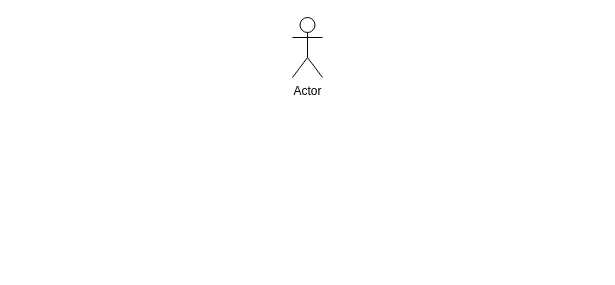
This is project/drawio/xmqrz/exer1.drawio from drshahizan/software-engineering, a draw.io file, before an edit. Source tidied: cells renumbered, new cells numbered last; positions are measured from the earlier drawing's top-left corner, leaving out a move shared by most shapes. Both pictures are drawn from the tidied source at 100%, with x=0, y=0 at pixel (292, 17).
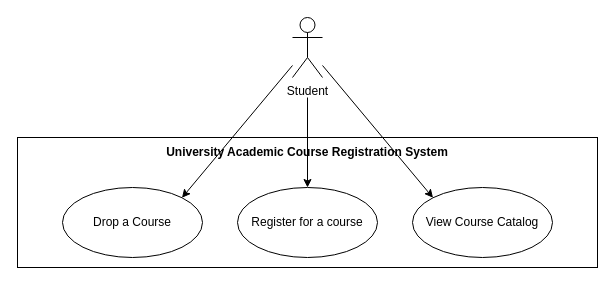
Above is the later version.

Change to the diagram source:
```diff
@@
 <mxGraphModel>
   <root>
     <mxCell id="0" />
     <mxCell id="1" parent="0" />
+    <mxCell id="3" value="&lt;p style=&quot;line-height: 170%;&quot;&gt;&lt;br&gt;&lt;/p&gt;" style="rounded=0;whiteSpace=wrap;html=1;" parent="1" vertex="1">
+      <mxGeometry x="-275" y="120" width="580" height="130" as="geometry" />
+    </mxCell>
-    <mxCell id="2" value="Actor" style="shape=umlActor;verticalLabelPosition=bottom;verticalAlign=top;html=1;outlineConnect=0;" parent="1" vertex="1">
+    <mxCell id="2" value="Student" style="shape=umlActor;verticalLabelPosition=bottom;verticalAlign=top;html=1;outlineConnect=0;" parent="1" vertex="1">
       <mxGeometry width="30" height="60" as="geometry" />
     </mxCell>
+    <mxCell id="4" value="Drop a Course" style="ellipse;whiteSpace=wrap;html=1;" parent="1" vertex="1">
+      <mxGeometry x="-230" y="170" width="140" height="70" as="geometry" />
+    </mxCell>
+    <mxCell id="5" value="Register for a course" style="ellipse;whiteSpace=wrap;html=1;" parent="1" vertex="1">
+      <mxGeometry x="-55" y="170" width="140" height="70" as="geometry" />
+    </mxCell>
+    <mxCell id="6" value="View Course Catalog" style="ellipse;whiteSpace=wrap;html=1;" parent="1" vertex="1">
+      <mxGeometry x="120" y="170" width="140" height="70" as="geometry" />
+    </mxCell>
+    <mxCell id="7" value="&lt;b&gt;University Academic Course Registration System&lt;/b&gt;" style="text;html=1;strokeColor=none;fillColor=none;align=center;verticalAlign=middle;whiteSpace=wrap;rounded=0;" parent="1" vertex="1">
+      <mxGeometry x="-145" y="120" width="320" height="30" as="geometry" />
+    </mxCell>
+    <mxCell id="8" style="endArrow=classic;html=1;entryX=1;entryY=0;entryDx=0;entryDy=0;" parent="1" edge="1" source="2" target="4">
+      <mxGeometry relative="1" as="geometry" />
+    </mxCell>
+    <mxCell id="9" style="endArrow=classic;html=1;entryX=0.5;entryY=0;entryDx=0;entryDy=0;" parent="1" edge="1" target="5">
+      <mxGeometry relative="1" as="geometry">
+        <mxPoint x="15" y="80" as="sourcePoint" />
+      </mxGeometry>
+    </mxCell>
+    <mxCell id="10" style="endArrow=classic;html=1;entryX=0;entryY=0;entryDx=0;entryDy=0;" parent="1" edge="1" source="2" target="6">
+      <mxGeometry relative="1" as="geometry" />
+    </mxCell>
   </root>
 </mxGraphModel>
```
